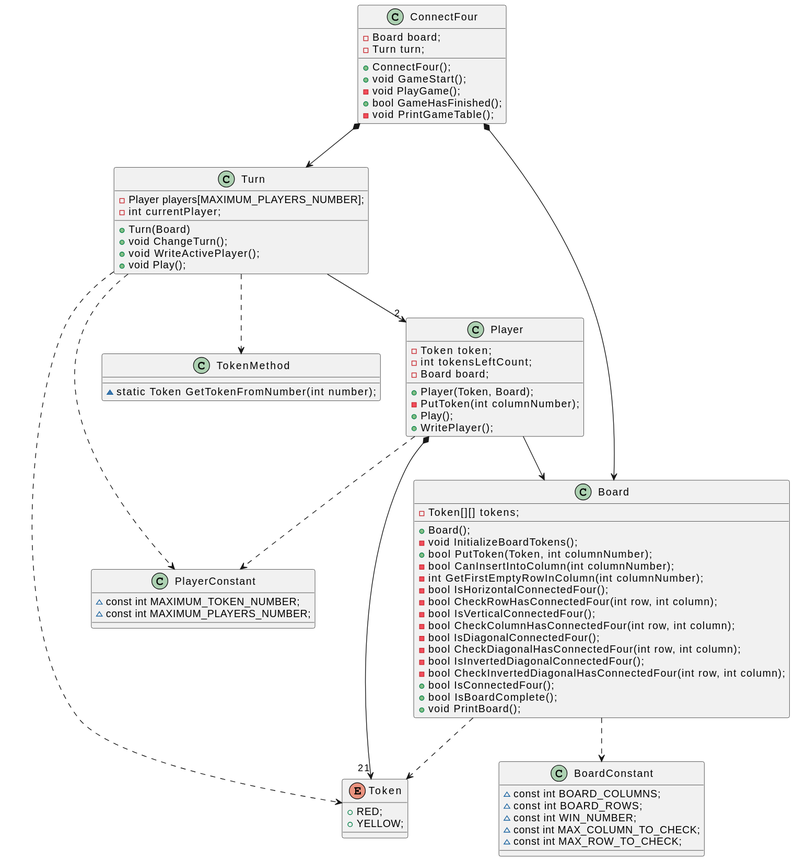
Above: docs/out/uml.svg in bate-ye-edo/IWVG-ConnectFour (PlantUML), before the change.
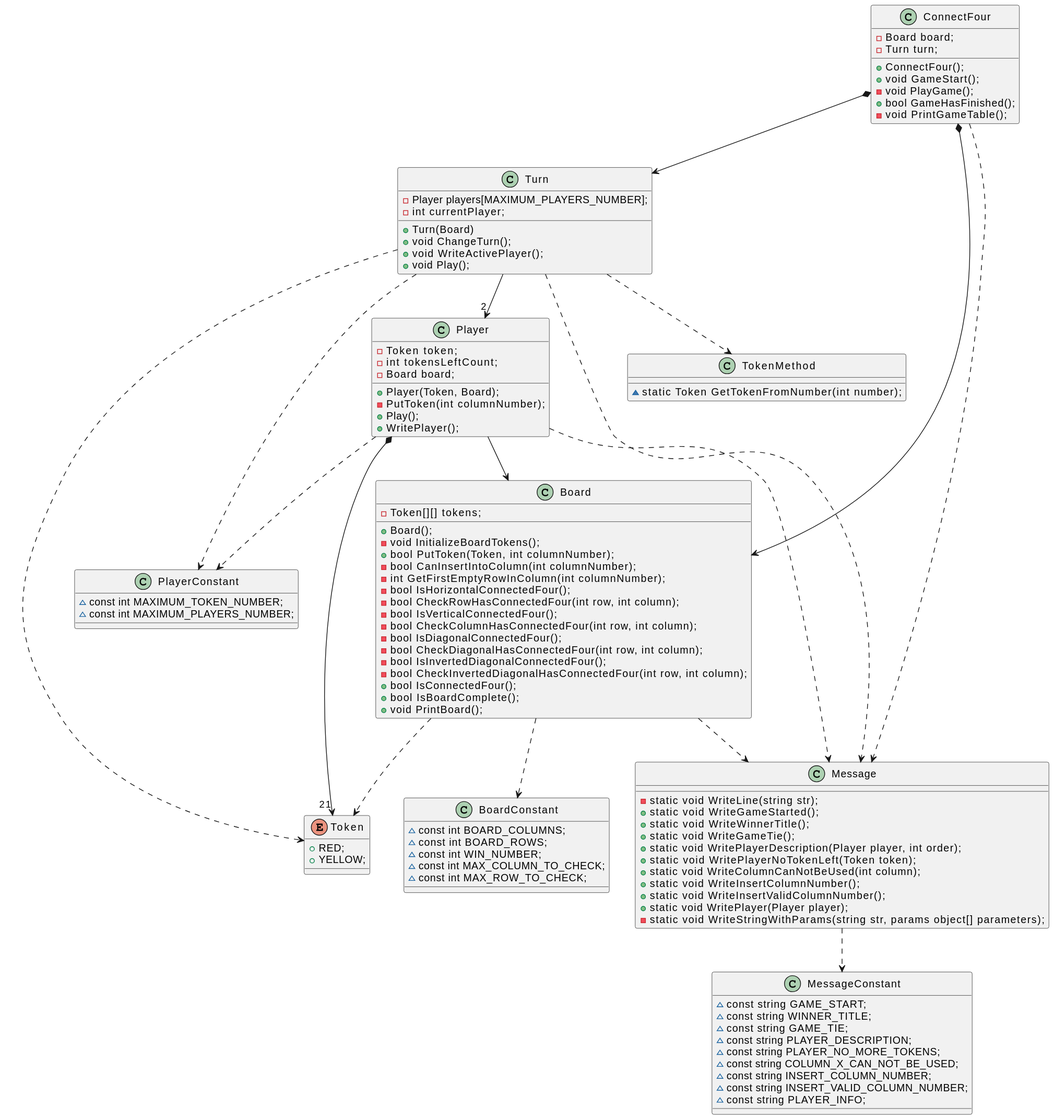
Later version of the same file.

Commit message:
Message class created and updated UML.

Change to the diagram source:
```diff
@@ -62,6 +62,30 @@
 static class TokenMethod{
   ~ static Token GetTokenFromNumber(int number);
 }
+static class MessageConstant{
+  ~const string GAME_START;
+  ~ const string WINNER_TITLE;
+  ~ const string GAME_TIE;
+  ~ const string PLAYER_DESCRIPTION;
+  ~ const string PLAYER_NO_MORE_TOKENS;
+  ~ const string COLUMN_X_CAN_NOT_BE_USED;
+  ~ const string INSERT_COLUMN_NUMBER;
+  ~ const string INSERT_VALID_COLUMN_NUMBER;
+  ~ const string PLAYER_INFO;
+}
+static class Message{
+  - static void WriteLine(string str);
+  + static void WriteGameStarted();
+  + static void WriteWinnerTitle();
+  + static void WriteGameTie();
+  + static void WritePlayerDescription(Player player, int order);
+  + static void WritePlayerNoTokenLeft(Token token);
+  + static void WriteColumnCanNotBeUsed(int column);
+  + static void WriteInsertColumnNumber();
+  + static void WriteInsertValidColumnNumber();
+  + static void WritePlayer(Player player);
+  - static void WriteStringWithParams(string str, params object[] parameters);
+}
 ConnectFour  *-down-> Board
 ConnectFour *-down-> Turn
 Turn -down-> "2" Player
@@ -73,4 +97,9 @@
 Player ..> PlayerConstant
 Turn ..> PlayerConstant
 Turn ..> TokenMethod
+Message ..> MessageConstant
+ConnectFour ..> Message
+Board ..> Message
+Turn ..> Message
+Player ..> Message
 @enduml
```
